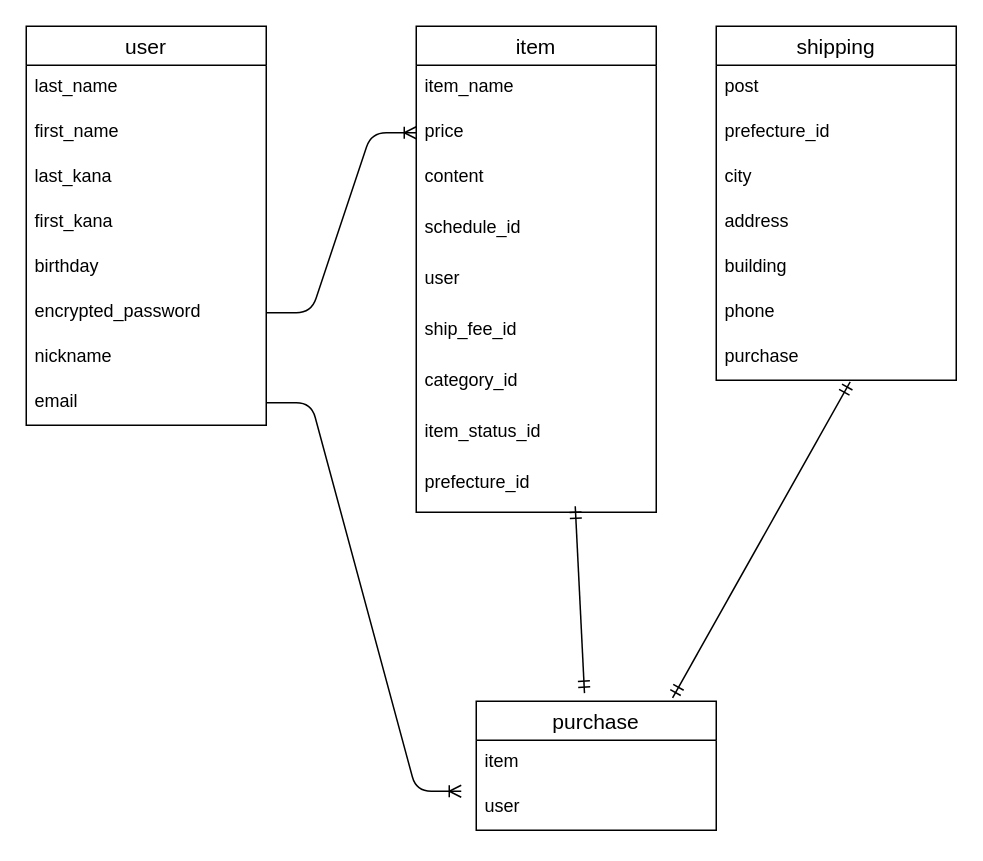
Before: er.dio in ericaohashi/furima-37450, a draw.io diagram. Source tidied: cells renumbered, new cells numbered last; positions are measured from the earlier drawing's top-left corner, leaving out a move shared by most shapes. Both pictures are drawn from the tidied source at 150%, with x=0, y=0 at pixel (26, 26).
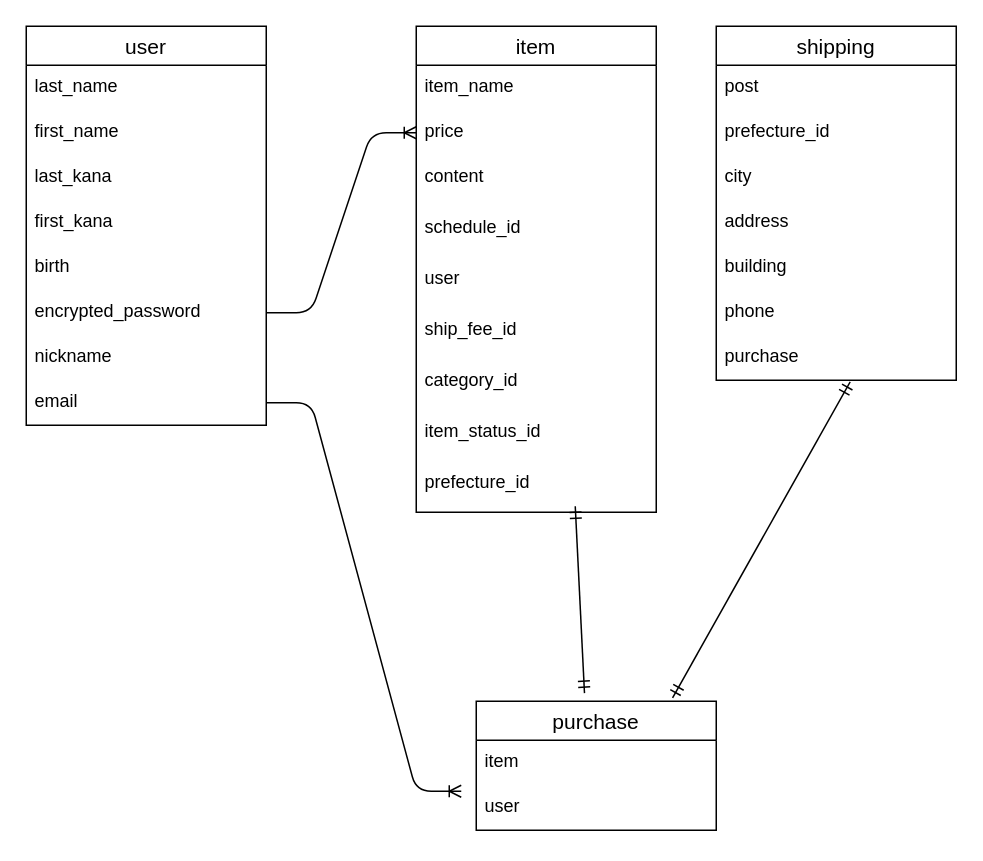
The same diagram, later.

Unchanged cells that the change refers to:
```xml
<mxCell id="2" value="user" style="swimlane;fontStyle=0;horizontal=1;startSize=26;align=center;fontSize=14;" parent="1" vertex="1">
  <mxGeometry width="160" height="266" as="geometry" />
</mxCell>
```

Diff of the diagram source:
```diff
@@
-    <mxCell id="7" value="birthday" style="text;strokeColor=none;fillColor=none;spacingLeft=4;spacingRight=4;overflow=hidden;fontSize=12;" parent="2" vertex="1">
+    <mxCell id="7" value="birth" style="text;strokeColor=none;fillColor=none;spacingLeft=4;spacingRight=4;overflow=hidden;fontSize=12;" parent="2" vertex="1">
       <mxGeometry y="146" width="160" height="30" as="geometry" />
     </mxCell>
```
